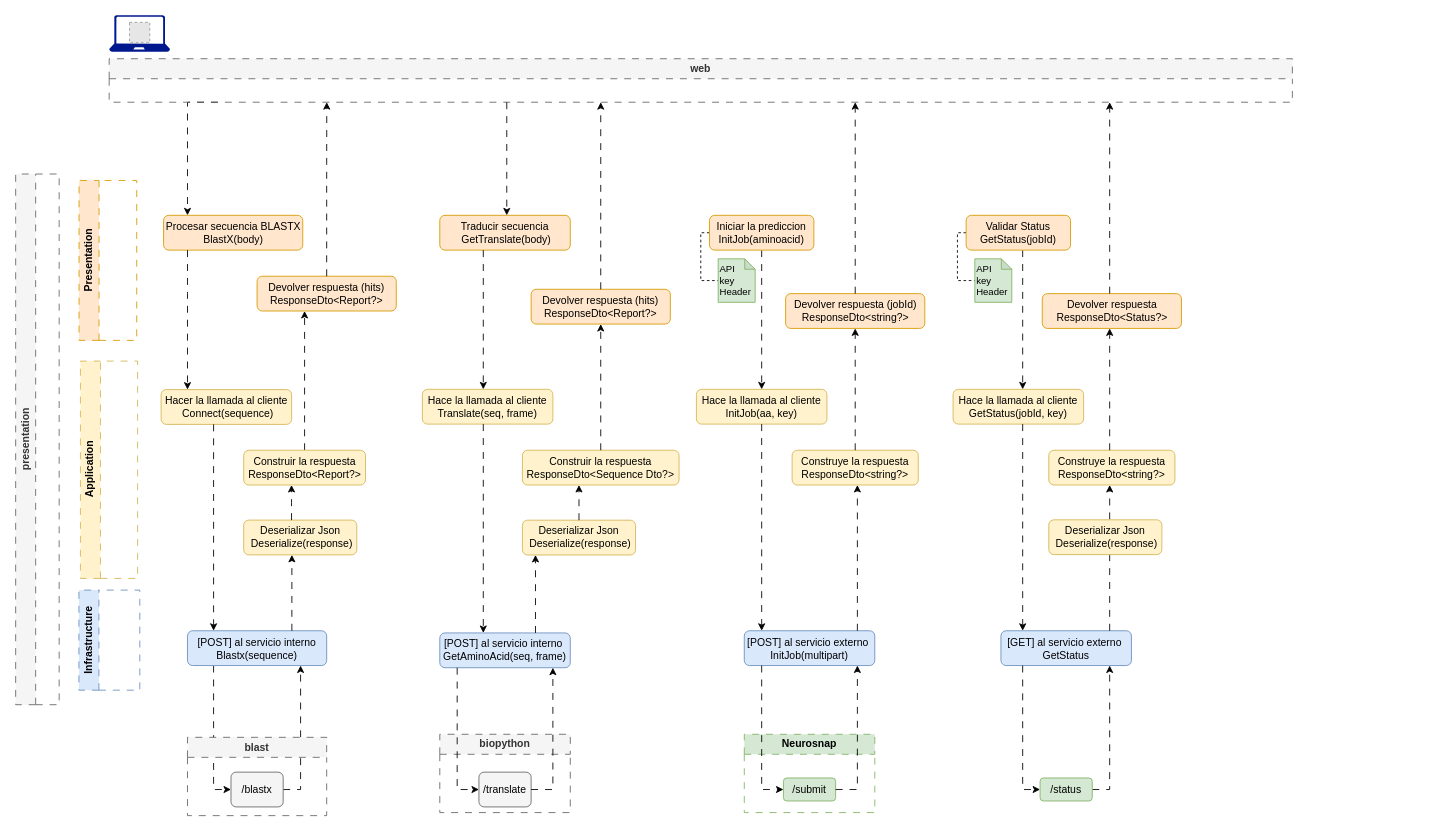
The draw.io diagram page "blstx" (1 of 2) of Diagrama de procesos - estructura.drawio in vitamina-d/doc, before the edit. Source tidied: cells renumbered, new cells numbered last; positions are measured from the earlier drawing's top-left corner, leaving out a move shared by most shapes. Both pictures are drawn from the tidied source at 87%, with x=0, y=0 at pixel (-229, 15). Pictures stored in the file or linked from it are replaced by grey dashed boxes.
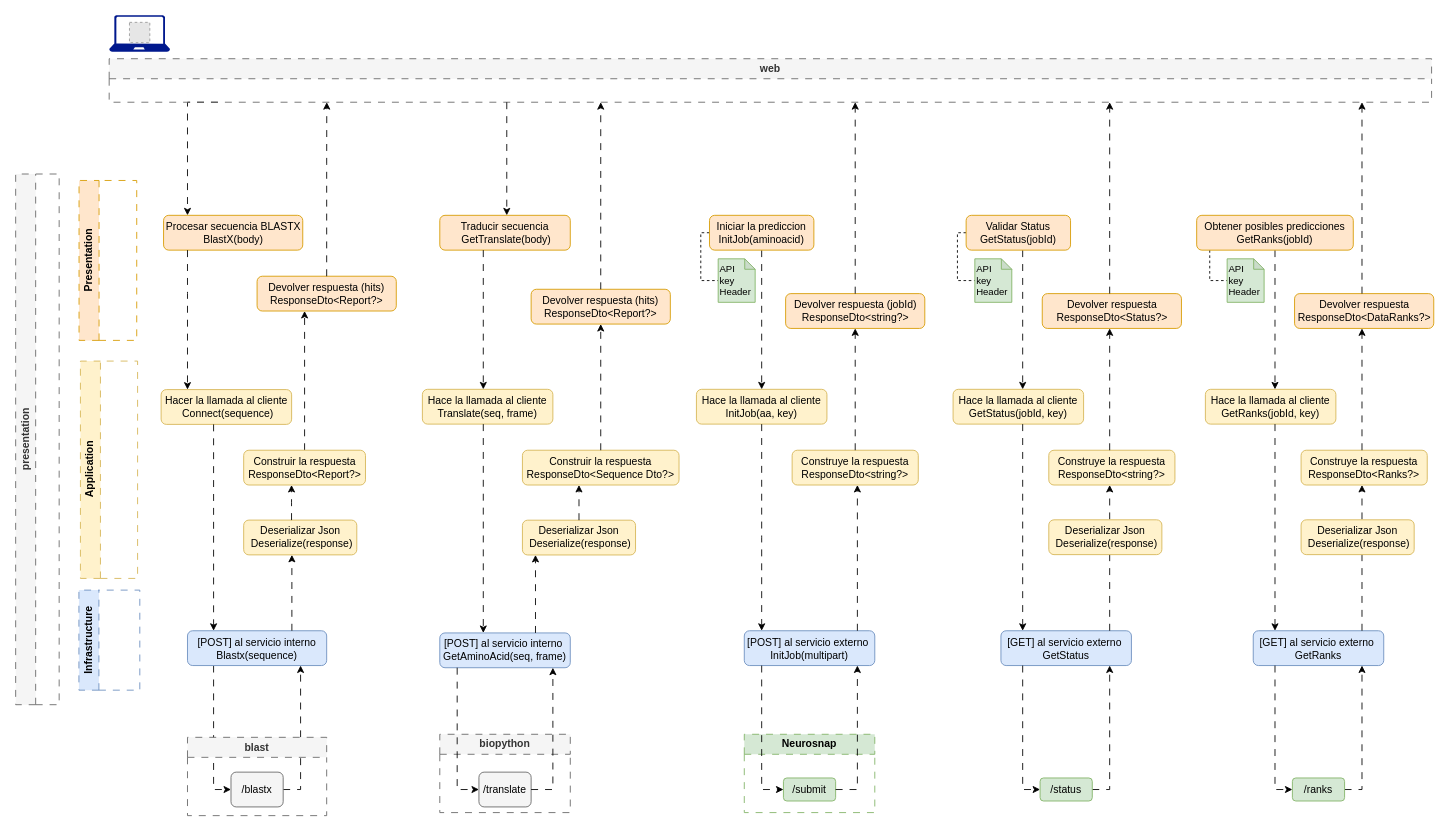
The same page after the edit.

Commit message:
get ranks

What changed in the source:
```diff
@@
     <mxCell id="20" value="web" style="swimlane;whiteSpace=wrap;html=1;strokeColor=#666666;fillColor=#f5f5f5;dashed=1;dashPattern=8 8;rotation=0;fontColor=#333333;" parent="1" vertex="1">
-      <mxGeometry x="388" y="50" width="1360" height="50" as="geometry" />
+      <mxGeometry x="388" y="50" width="1520" height="50" as="geometry" />
     </mxCell>
@@
+    <mxCell id="75" value="Hace la llamada al cliente&lt;div&gt;GetRanks(jobId, key)&lt;/div&gt;" style="rounded=1;whiteSpace=wrap;html=1;fillColor=#fff2cc;strokeColor=#d6b656;" parent="1" vertex="1">
+      <mxGeometry x="1648" y="430" width="150" height="40" as="geometry" />
+    </mxCell>
+    <mxCell id="76" style="edgeStyle=orthogonalEdgeStyle;rounded=0;jettySize=auto;html=1;dashed=1;dashPattern=8 8;" parent="1" edge="1" source="85" target="75">
+      <mxGeometry relative="1" as="geometry">
+        <Array as="points">
+          <mxPoint x="1728" y="350" />
+          <mxPoint x="1728" y="350" />
+        </Array>
+      </mxGeometry>
+    </mxCell>
+    <mxCell id="77" value="&lt;div&gt;&lt;span style=&quot;background-color: transparent; color: light-dark(rgb(0, 0, 0), rgb(255, 255, 255));&quot;&gt;[GET] al servicio externo&amp;nbsp;&lt;/span&gt;&lt;/div&gt;&lt;div&gt;&lt;span style=&quot;background-color: transparent; color: light-dark(rgb(0, 0, 0), rgb(255, 255, 255));&quot;&gt;GetRanks&lt;/span&gt;&lt;/div&gt;" style="rounded=1;whiteSpace=wrap;html=1;fillColor=#dae8fc;strokeColor=#6c8ebf;" parent="1" vertex="1">
+      <mxGeometry x="1703" y="707.5" width="150" height="40" as="geometry" />
+    </mxCell>
+    <mxCell id="78" style="edgeStyle=orthogonalEdgeStyle;rounded=0;jettySize=auto;html=1;dashed=1;dashPattern=8 8;" parent="1" edge="1" source="75" target="77">
+      <mxGeometry relative="1" as="geometry">
+        <Array as="points">
+          <mxPoint x="1728" y="590" />
+          <mxPoint x="1728" y="590" />
+        </Array>
+      </mxGeometry>
+    </mxCell>
+    <mxCell id="79" style="edgeStyle=orthogonalEdgeStyle;rounded=0;jettySize=auto;html=1;dashed=1;dashPattern=8 8;" parent="1" edge="1" target="77">
+      <mxGeometry relative="1" as="geometry">
+        <mxPoint x="1808" y="890" as="sourcePoint" />
+        <Array as="points">
+          <mxPoint x="1828" y="890" />
+        </Array>
+      </mxGeometry>
+    </mxCell>
+    <mxCell id="80" value="&lt;div&gt;&lt;span style=&quot;background-color: transparent; color: light-dark(rgb(0, 0, 0), rgb(255, 255, 255));&quot;&gt;Construye la respuesta ResponseDto&lt;/span&gt;&lt;span style=&quot;background-color: transparent;&quot;&gt;&amp;lt;Ranks?&amp;gt;&lt;/span&gt;&lt;/div&gt;" style="rounded=1;whiteSpace=wrap;html=1;fillColor=#fff2cc;strokeColor=#d6b656;" parent="1" vertex="1">
+      <mxGeometry x="1758" y="500" width="145" height="40" as="geometry" />
+    </mxCell>
+    <mxCell id="81" style="edgeStyle=orthogonalEdgeStyle;rounded=0;jettySize=auto;html=1;dashed=1;dashPattern=8 8;" parent="1" edge="1" source="77" target="80">
+      <mxGeometry relative="1" as="geometry">
+        <Array as="points">
+          <mxPoint x="1828" y="630" />
+          <mxPoint x="1828" y="630" />
+        </Array>
+      </mxGeometry>
+    </mxCell>
+    <mxCell id="82" value="Devolver respuesta&lt;div&gt;&lt;span style=&quot;color: light-dark(rgb(0, 0, 0), rgb(255, 255, 255)); background-color: transparent;&quot;&gt;ResponseDto&lt;/span&gt;&lt;span style=&quot;background-color: transparent;&quot;&gt;&amp;lt;DataRanks?&amp;gt;&lt;/span&gt;&lt;/div&gt;" style="rounded=1;whiteSpace=wrap;html=1;fillColor=#ffe6cc;strokeColor=#d79b00;" parent="1" vertex="1">
+      <mxGeometry x="1750.5" y="320" width="160" height="40" as="geometry" />
+    </mxCell>
+    <mxCell id="83" style="edgeStyle=orthogonalEdgeStyle;rounded=0;jettySize=auto;html=1;dashed=1;dashPattern=8 8;" parent="1" edge="1" source="80" target="82">
+      <mxGeometry relative="1" as="geometry">
+        <Array as="points">
+          <mxPoint x="1828" y="430" />
+          <mxPoint x="1828" y="430" />
+        </Array>
+      </mxGeometry>
+    </mxCell>
+    <mxCell id="84" style="edgeStyle=orthogonalEdgeStyle;rounded=0;jettySize=auto;html=1;dashed=1;endArrow=none;endFill=0;" parent="1" edge="1" source="85" target="86">
+      <mxGeometry relative="1" as="geometry">
+        <Array as="points">
+          <mxPoint x="1653" y="250" />
+          <mxPoint x="1653" y="305" />
+        </Array>
+      </mxGeometry>
+    </mxCell>
+    <mxCell id="85" value="&lt;div&gt;Obtener posibles predicciones&lt;/div&gt;&lt;div&gt;GetRanks(jobId)&lt;/div&gt;" style="rounded=1;whiteSpace=wrap;html=1;fillColor=#ffe6cc;strokeColor=#d79b00;" parent="1" vertex="1">
+      <mxGeometry x="1638" y="230" width="180" height="40" as="geometry" />
+    </mxCell>
+    <mxCell id="86" value="&lt;div&gt;&lt;span style=&quot;background-color: transparent; color: light-dark(rgb(0, 0, 0), rgb(255, 255, 255));&quot;&gt;API&lt;/span&gt;&lt;/div&gt;&lt;div&gt;&lt;span style=&quot;background-color: transparent; color: light-dark(rgb(0, 0, 0), rgb(255, 255, 255));&quot;&gt;key&amp;nbsp;&lt;/span&gt;&lt;/div&gt;&lt;div&gt;&lt;span style=&quot;background-color: transparent; color: light-dark(rgb(0, 0, 0), rgb(255, 255, 255));&quot;&gt;Header&lt;/span&gt;&lt;/div&gt;" style="shape=note;whiteSpace=wrap;html=1;backgroundOutline=1;darkOpacity=0.05;size=12;align=left;fillColor=#d5e8d4;strokeColor=#82b366;fontSize=11;" parent="1" vertex="1">
+      <mxGeometry x="1673" y="280" width="42.5" height="50" as="geometry" />
+    </mxCell>
+    <mxCell id="87" style="edgeStyle=orthogonalEdgeStyle;rounded=0;jettySize=auto;html=1;dashed=1;dashPattern=8 8;" parent="1" edge="1" source="77" target="88">
+      <mxGeometry relative="1" as="geometry">
+        <Array as="points">
+          <mxPoint x="1728" y="890" />
+        </Array>
+      </mxGeometry>
+    </mxCell>
+    <mxCell id="88" value="&lt;div&gt;&lt;span style=&quot;background-color: transparent; color: light-dark(rgb(0, 0, 0), rgb(255, 255, 255));&quot;&gt;/ranks&lt;/span&gt;&lt;/div&gt;" style="rounded=1;whiteSpace=wrap;html=1;fillColor=#d5e8d4;strokeColor=#82b366;" parent="1" vertex="1">
+      <mxGeometry x="1748" y="876.7" width="60" height="26.5" as="geometry" />
+    </mxCell>
+    <mxCell id="89" value="&lt;div&gt;Deserializar Json&lt;/div&gt;&amp;nbsp;Deserialize(response)" style="rounded=1;whiteSpace=wrap;html=1;fillColor=#fff2cc;strokeColor=#d6b656;" parent="1" vertex="1">
+      <mxGeometry x="1758" y="580" width="130" height="40" as="geometry" />
+    </mxCell>
+    <mxCell id="90" style="edgeStyle=orthogonalEdgeStyle;rounded=0;jettySize=auto;html=1;dashed=1;dashPattern=8 8;" parent="1" edge="1" source="82" target="20">
+      <mxGeometry relative="1" as="geometry">
+        <Array as="points">
+          <mxPoint x="1828" y="210" />
+          <mxPoint x="1828" y="210" />
+        </Array>
+      </mxGeometry>
+    </mxCell>
```
